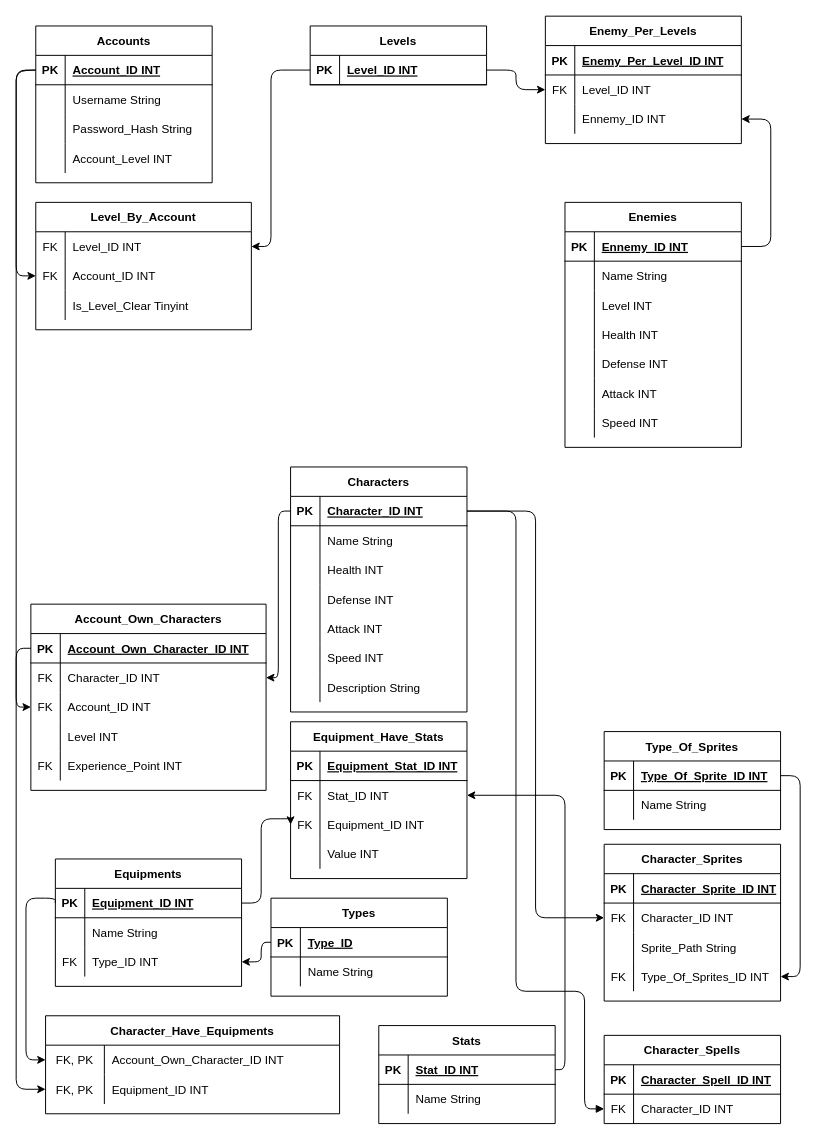
Nomeos/Code-TimeRewind keeps this draw.io diagram as Documentation/MLD.drawio. Above is the earlier version. Source tidied: cells renumbered, new cells numbered last; positions are measured from the earlier drawing's top-left corner, leaving out a move shared by most shapes. Both pictures are drawn from the tidied source at 98%, with x=0, y=0 at pixel (16, 16).
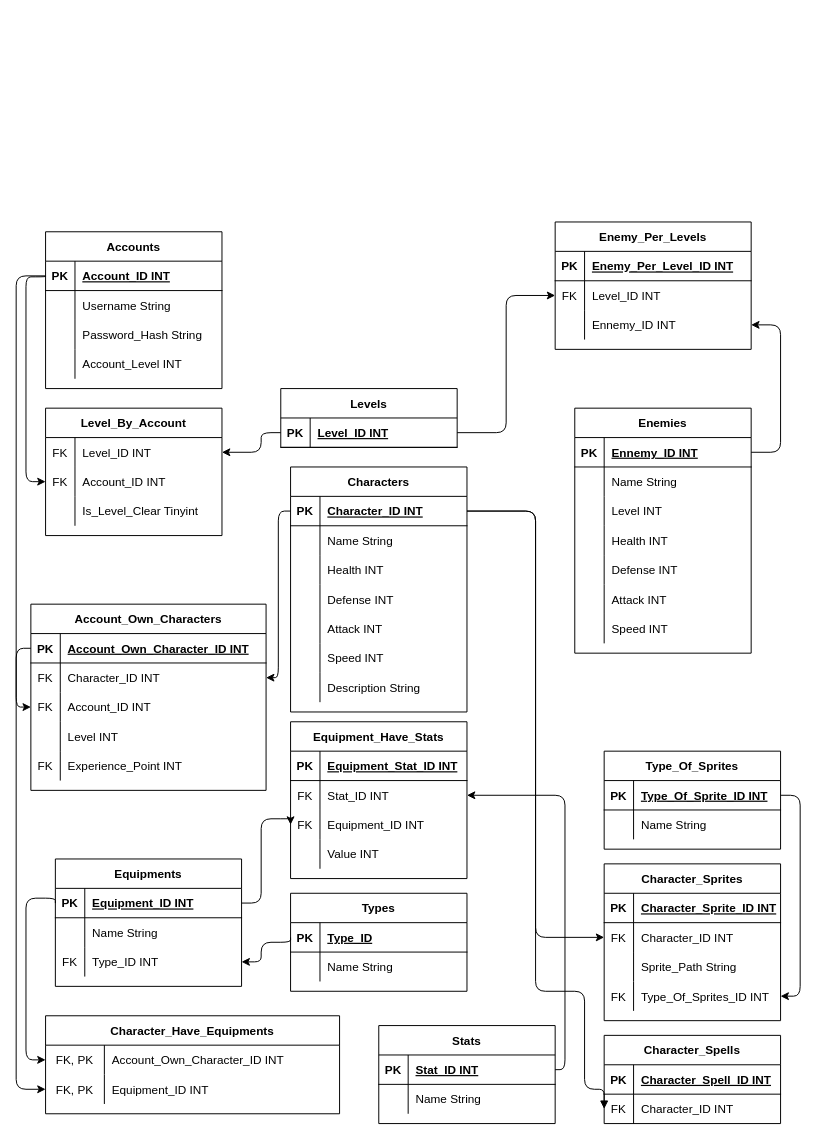
After the change.

The change refers to these unchanged cells:
```xml
<mxCell id="3" style="shape=partialRectangle;fillColor=none;top=0;left=0;bottom=1;right=0;points=[[0,0.5],[1,0.5]];portConstraint=eastwest;" parent="2" vertex="1">
  <mxGeometry y="30" width="180" height="30" as="geometry" />
</mxCell>
<mxCell id="16" style="shape=partialRectangle;fillColor=none;top=0;left=0;bottom=1;right=0;points=[[0,0.5],[1,0.5]];portConstraint=eastwest;" parent="15" vertex="1">
  <mxGeometry y="30" width="180" height="30" as="geometry" />
</mxCell>
<mxCell id="38" style="shape=partialRectangle;fillColor=none;top=0;left=0;bottom=1;right=0;points=[[0,0.5],[1,0.5]];portConstraint=eastwest;" parent="37" vertex="1">
  <mxGeometry y="30" width="180" height="30" as="geometry" />
</mxCell>
<mxCell id="98" style="shape=partialRectangle;fillColor=none;top=0;left=0;bottom=0;right=0;points=[[0,0.5],[1,0.5]];portConstraint=eastwest;" parent="91" vertex="1">
  <mxGeometry y="90" width="240" height="30" as="geometry" />
</mxCell>
<mxCell id="136" style="shape=partialRectangle;fillColor=none;top=0;left=0;bottom=0;right=0;points=[[0,0.5],[1,0.5]];portConstraint=eastwest;" parent="126" vertex="1">
  <mxGeometry y="120" width="180" height="30" as="geometry" />
</mxCell>
<mxCell id="141" style="shape=partialRectangle;fillColor=none;top=0;left=0;bottom=1;right=0;points=[[0,0.5],[1,0.5]];portConstraint=eastwest;" parent="140" vertex="1">
  <mxGeometry y="30" width="180" height="30" as="geometry" />
</mxCell>
<mxCell id="151" style="shape=partialRectangle;fillColor=none;top=0;left=0;bottom=0;right=0;points=[[0,0.5],[1,0.5]];portConstraint=eastwest;" parent="147" vertex="1">
  <mxGeometry y="60" width="180" height="30" as="geometry" />
</mxCell>
<mxCell id="155" style="shape=partialRectangle;fillColor=none;top=0;left=0;bottom=1;right=0;points=[[0,0.5],[1,0.5]];portConstraint=eastwest;" parent="154" vertex="1">
  <mxGeometry y="30" width="180" height="30" as="geometry" />
</mxCell>
<mxCell id="174" style="shape=partialRectangle;fillColor=none;top=0;left=0;bottom=0;right=0;points=[[0,0.5],[1,0.5]];portConstraint=eastwest;" parent="170" vertex="1">
  <mxGeometry y="60" width="200" height="30" as="geometry" />
</mxCell>
<mxCell id="177" style="shape=partialRectangle;fillColor=none;top=0;left=0;bottom=0;right=0;points=[[0,0.5],[1,0.5]];portConstraint=eastwest;" parent="170" vertex="1">
  <mxGeometry y="90" width="200" height="30" as="geometry" />
</mxCell>
```

Diff of the diagram source:
```diff
@@
     <mxCell id="2" value="Accounts" style="shape=table;startSize=30;childLayout=tableLayout;rowLines=0;fontStyle=1;align=center;" parent="1" vertex="1">
-      <mxGeometry x="20" y="10" width="180" height="160" as="geometry" />
+      <mxGeometry x="30" y="220" width="180" height="160" as="geometry" />
     </mxCell>
@@
     <mxCell id="37" value="Enemies" style="shape=table;startSize=30;childLayout=tableLayout;rowLines=0;fontStyle=1;align=center;" parent="1" vertex="1">
-      <mxGeometry x="560" y="190" width="180" height="250" as="geometry" />
+      <mxGeometry x="570" y="400" width="180" height="250" as="geometry" />
     </mxCell>
@@
     <mxCell id="69" value="Types" style="shape=table;startSize=30;childLayout=tableLayout;rowLines=0;fontStyle=1;align=center;" parent="1" vertex="1">
-      <mxGeometry x="260" y="900" width="180" height="100" as="geometry" />
+      <mxGeometry x="280" y="895" width="180" height="100" as="geometry" />
     </mxCell>
@@
     <mxCell id="108" style="endArrow=classic;html=1;entryX=0;entryY=0.5;entryDx=0;entryDy=0;exitX=0;exitY=0.5;exitDx=0;exitDy=0;edgeStyle=orthogonalEdgeStyle;" parent="1" edge="1" source="3" target="98">
       <mxGeometry relative="1" as="geometry">
         <Array as="points">
-          <mxPoint y="55" />
+          <mxPoint y="265" />
           <mxPoint y="705" />
         </Array>
       </mxGeometry>
     </mxCell>
@@
     <mxCell id="126" value="Character_Sprites" style="shape=table;startSize=30;childLayout=tableLayout;rowLines=0;fontStyle=1;align=center;" parent="1" vertex="1">
-      <mxGeometry x="600" y="845" width="180" height="160" as="geometry" />
+      <mxGeometry x="600" y="865" width="180" height="160" as="geometry" />
     </mxCell>
@@
     <mxCell id="140" value="Type_Of_Sprites" style="shape=table;startSize=30;childLayout=tableLayout;rowLines=0;fontStyle=1;align=center;" parent="1" vertex="1">
-      <mxGeometry x="600" y="730" width="180" height="100" as="geometry" />
+      <mxGeometry x="600" y="750" width="180" height="100" as="geometry" />
     </mxCell>
@@
     <mxCell id="154" value="Levels" style="shape=table;startSize=30;childLayout=tableLayout;rowLines=0;fontStyle=1;align=center;" parent="1" vertex="1">
-      <mxGeometry x="300" y="10" width="180" height="60" as="geometry" />
+      <mxGeometry x="270" y="380" width="180" height="60" as="geometry" />
     </mxCell>
@@
     <mxCell id="158" style="edgeStyle=orthogonalEdgeStyle;fontSize=12;html=1;endArrow=block;endFill=1;exitX=1;exitY=0.5;exitDx=0;exitDy=0;entryX=0;entryY=0.5;entryDx=0;entryDy=0;" parent="1" edge="1" source="16" target="151">
       <mxGeometry relative="1" as="geometry">
         <Array as="points">
-          <mxPoint x="510" y="505" />
-          <mxPoint x="510" y="995" />
+          <mxPoint x="530" y="505" />
+          <mxPoint x="530" y="995" />
           <mxPoint x="580" y="995" />
-          <mxPoint x="580" y="1115" />
+          <mxPoint x="580" y="1095" />
         </Array>
       </mxGeometry>
     </mxCell>
     <mxCell id="159" style="edgeStyle=orthogonalEdgeStyle;fontSize=12;html=1;endArrow=classic;endFill=1;exitX=1;exitY=0.5;exitDx=0;exitDy=0;entryX=1;entryY=0.5;entryDx=0;entryDy=0;" parent="1" edge="1" source="141" target="136">
       <mxGeometry relative="1" as="geometry">
         <Array as="points">
-          <mxPoint x="800" y="775" />
-          <mxPoint x="800" y="980" />
+          <mxPoint x="800" y="795" />
+          <mxPoint x="800" y="1000" />
         </Array>
       </mxGeometry>
     </mxCell>
     <mxCell id="160" value="Level_By_Account" style="shape=table;startSize=30;childLayout=tableLayout;rowLines=0;fontStyle=1;align=center;" parent="1" vertex="1">
-      <mxGeometry x="20" y="190" width="220" height="130" as="geometry" />
+      <mxGeometry x="30" y="400" width="180" height="130" as="geometry" />
     </mxCell>
     <mxCell id="161" style="shape=partialRectangle;fillColor=none;top=0;left=0;bottom=0;right=0;points=[[0,0.5],[1,0.5]];portConstraint=eastwest;" parent="160" vertex="1">
-      <mxGeometry y="30" width="220" height="30" as="geometry" />
+      <mxGeometry y="30" width="180" height="30" as="geometry" />
     </mxCell>
@@
     <mxCell id="163" value="Level_ID INT" style="shape=partialRectangle;fillColor=none;top=0;left=0;bottom=0;right=0;align=left;spacingLeft=6;overflow=hidden;" parent="161" vertex="1">
-      <mxGeometry x="30" width="190" height="30" as="geometry" />
+      <mxGeometry x="30" width="150" height="30" as="geometry" />
     </mxCell>
     <mxCell id="164" style="shape=partialRectangle;fillColor=none;top=0;left=0;bottom=0;right=0;points=[[0,0.5],[1,0.5]];portConstraint=eastwest;" parent="160" vertex="1">
-      <mxGeometry y="60" width="220" height="30" as="geometry" />
+      <mxGeometry y="60" width="180" height="30" as="geometry" />
     </mxCell>
@@
     <mxCell id="166" value="Account_ID INT" style="shape=partialRectangle;fillColor=none;top=0;left=0;bottom=0;right=0;align=left;spacingLeft=6;overflow=hidden;" parent="164" vertex="1">
-      <mxGeometry x="30" width="190" height="30" as="geometry" />
+      <mxGeometry x="30" width="150" height="30" as="geometry" />
     </mxCell>
     <mxCell id="167" style="shape=partialRectangle;fillColor=none;top=0;left=0;bottom=0;right=0;" parent="160" vertex="1">
-      <mxGeometry y="90" width="220" height="30" as="geometry" />
+      <mxGeometry y="90" width="180" height="30" as="geometry" />
     </mxCell>
@@
     <mxCell id="169" value="Is_Level_Clear Tinyint" style="shape=partialRectangle;fillColor=none;top=0;left=0;bottom=0;right=0;align=left;spacingLeft=6;overflow=hidden;" parent="167" vertex="1">
-      <mxGeometry x="30" width="190" height="30" as="geometry" />
+      <mxGeometry x="30" width="150" height="30" as="geometry" />
     </mxCell>
     <mxCell id="170" value="Enemy_Per_Levels" style="shape=table;startSize=30;childLayout=tableLayout;rowLines=0;fontStyle=1;align=center;" parent="1" vertex="1">
-      <mxGeometry x="540" width="200" height="130" as="geometry" />
+      <mxGeometry x="550" y="210" width="200" height="130" as="geometry" />
     </mxCell>
@@
     <mxCell id="180" style="fontSize=12;html=1;endArrow=none;endFill=0;entryX=0;entryY=0.5;entryDx=0;entryDy=0;exitX=1;exitY=0.5;exitDx=0;exitDy=0;startArrow=classic;startFill=1;edgeStyle=orthogonalEdgeStyle;" parent="1" edge="1" source="161" target="155">
       <mxGeometry relative="1" as="geometry">
         <Array as="points">
-          <mxPoint x="260" y="235" />
-          <mxPoint x="260" y="55" />
+          <mxPoint x="250" y="445" />
+          <mxPoint x="250" y="425" />
         </Array>
       </mxGeometry>
     </mxCell>
     <mxCell id="181" style="edgeStyle=orthogonalEdgeStyle;fontSize=12;html=1;endArrow=classic;endFill=1;entryX=0;entryY=0.5;entryDx=0;entryDy=0;exitX=0;exitY=0.5;exitDx=0;exitDy=0;" parent="1" edge="1" source="3" target="164">
       <mxGeometry relative="1" as="geometry">
         <Array as="points">
-          <mxPoint y="56" />
-          <mxPoint y="265" />
+          <mxPoint x="10" y="266" />
+          <mxPoint x="10" y="475" />
         </Array>
       </mxGeometry>
     </mxCell>
     <mxCell id="182" style="edgeStyle=orthogonalEdgeStyle;fontSize=12;html=1;endArrow=classic;endFill=1;entryX=1;entryY=0.5;entryDx=0;entryDy=0;exitX=1;exitY=0.5;exitDx=0;exitDy=0;" parent="1" edge="1" source="38" target="177">
       <mxGeometry relative="1" as="geometry">
         <Array as="points">
-          <mxPoint x="770" y="235" />
-          <mxPoint x="770" y="105" />
+          <mxPoint x="780" y="445" />
+          <mxPoint x="780" y="315" />
         </Array>
       </mxGeometry>
     </mxCell>
-    <mxCell id="183" style="edgeStyle=entityRelationEdgeStyle;fontSize=12;html=1;endArrow=none;endFill=0;entryX=1;entryY=0.5;entryDx=0;entryDy=0;exitX=0;exitY=0.5;exitDx=0;exitDy=0;startArrow=classic;startFill=1;" parent="1" edge="1" source="174" target="155">
+    <mxCell id="183" style="edgeStyle=orthogonalEdgeStyle;fontSize=12;html=1;endArrow=none;endFill=0;entryX=1;entryY=0.5;entryDx=0;entryDy=0;exitX=0;exitY=0.5;exitDx=0;exitDy=0;startArrow=classic;startFill=1;" parent="1" edge="1" source="174" target="155">
       <mxGeometry relative="1" as="geometry" />
     </mxCell>
```
